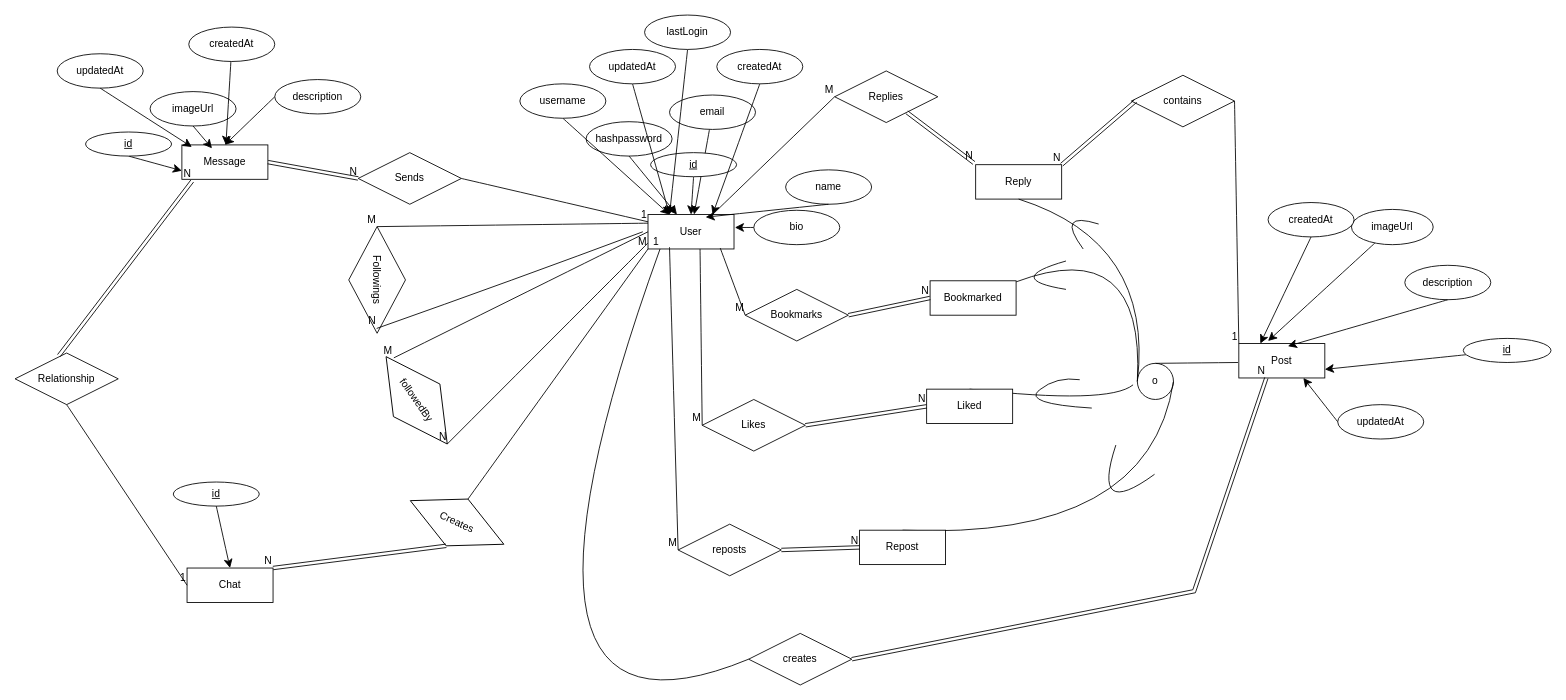
The draw.io diagram client/Untitled Diagram.drawio in codingcreedd/XCloneTOP, before the edit. Source tidied: cells renumbered, new cells numbered last; positions are measured from the earlier drawing's top-left corner, leaving out a move shared by most shapes. Both pictures are drawn from the tidied source at 86%, with x=0, y=0 at pixel (15, 15).
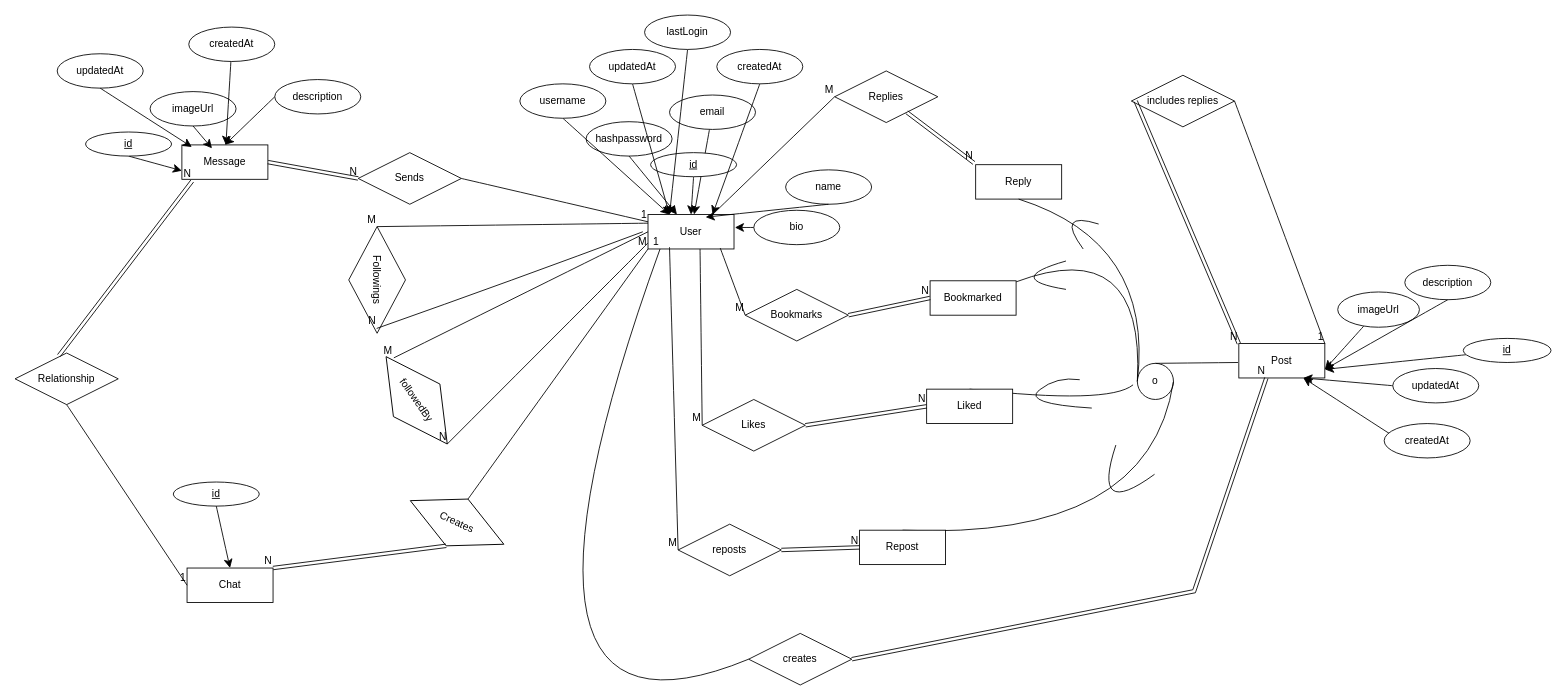
The same diagram, later.

The change refers to these unchanged cells:
```xml
<mxCell id="5" value="Post" style="whiteSpace=wrap;html=1;align=center;" parent="1" vertex="1">
  <mxGeometry x="1423" y="382" width="100" height="40" as="geometry" />
</mxCell>
<mxCell id="28" value="description" style="ellipse;whiteSpace=wrap;html=1;align=center;" parent="1" vertex="1">
  <mxGeometry x="1616" y="291" width="100" height="40" as="geometry" />
</mxCell>
<mxCell id="70" value="Reply" style="whiteSpace=wrap;html=1;align=center;" parent="1" vertex="1">
  <mxGeometry x="1117" y="174" width="100" height="40" as="geometry" />
</mxCell>
```

The edit, as a diff of the source:
```diff
@@
-    <mxCell id="29" style="edgeStyle=none;curved=1;rounded=0;jettySize=auto;html=1;entryX=0.34;entryY=-0.075;entryDx=0;entryDy=0;fontSize=12;startSize=8;endSize=8;entryPerimeter=0;" parent="1" edge="1" source="30" target="5">
+    <mxCell id="29" style="edgeStyle=none;curved=1;rounded=0;jettySize=auto;html=1;entryX=1;entryY=0.75;entryDx=0;entryDy=0;fontSize=12;startSize=8;endSize=8;" parent="1" edge="1" source="30" target="5">
       <mxGeometry relative="1" as="geometry" />
     </mxCell>
     <mxCell id="30" value="imageUrl" style="ellipse;whiteSpace=wrap;html=1;align=center;" parent="1" vertex="1">
-      <mxGeometry x="1554" y="226" width="95" height="41" as="geometry" />
+      <mxGeometry x="1538" y="322" width="95" height="41" as="geometry" />
     </mxCell>
-    <mxCell id="31" style="edgeStyle=none;curved=1;rounded=0;jettySize=auto;html=1;exitX=0.5;exitY=1;exitDx=0;exitDy=0;entryX=0.57;entryY=0.075;entryDx=0;entryDy=0;entryPerimeter=0;fontSize=12;startSize=8;endSize=8;" parent="1" edge="1" source="28" target="5">
+    <mxCell id="31" style="edgeStyle=none;curved=1;rounded=0;jettySize=auto;html=1;exitX=0.5;exitY=1;exitDx=0;exitDy=0;entryX=1;entryY=0.75;entryDx=0;entryDy=0;fontSize=12;startSize=8;endSize=8;" parent="1" edge="1" source="28" target="5">
       <mxGeometry relative="1" as="geometry" />
     </mxCell>
@@
-    <mxCell id="34" value="contains" style="shape=rhombus;perimeter=rhombusPerimeter;whiteSpace=wrap;html=1;align=center;" parent="1" vertex="1">
+    <mxCell id="34" value="includes replies" style="shape=rhombus;perimeter=rhombusPerimeter;whiteSpace=wrap;html=1;align=center;" parent="1" vertex="1">
       <mxGeometry x="1298" y="70" width="120" height="60" as="geometry" />
     </mxCell>
@@
-    <mxCell id="73" style="shape=link;html=1;rounded=0;fontSize=12;startSize=8;endSize=8;curved=1;entryX=1;entryY=0;entryDx=0;entryDy=0;exitX=0.5;exitY=1;exitDx=0;exitDy=0;" parent="1" edge="1" target="70">
+    <mxCell id="73" style="shape=link;html=1;rounded=0;fontSize=12;startSize=8;endSize=8;curved=1;entryX=0;entryY=0;entryDx=0;entryDy=0;exitX=0.5;exitY=1;exitDx=0;exitDy=0;" parent="1" edge="1" target="5">
       <mxGeometry relative="1" as="geometry">
         <mxPoint x="1303" y="100" as="sourcePoint" />
       </mxGeometry>
     </mxCell>
@@
-    <mxCell id="75" style="endArrow=none;html=1;rounded=0;fontSize=12;startSize=8;endSize=8;curved=1;exitX=1;exitY=0.5;exitDx=0;exitDy=0;entryX=0;entryY=0;entryDx=0;entryDy=0;" parent="1" edge="1" source="34" target="5">
+    <mxCell id="75" style="endArrow=none;html=1;rounded=0;fontSize=12;startSize=8;endSize=8;curved=1;exitX=1;exitY=0.5;exitDx=0;exitDy=0;entryX=1;entryY=0;entryDx=0;entryDy=0;" parent="1" edge="1" source="34" target="5">
       <mxGeometry relative="1" as="geometry" />
     </mxCell>
@@
     <mxCell id="112" value="updatedAt" style="ellipse;whiteSpace=wrap;html=1;align=center;" parent="1" vertex="1">
-      <mxGeometry x="1538" y="453" width="100" height="40" as="geometry" />
+      <mxGeometry x="1602" y="411" width="100" height="40" as="geometry" />
     </mxCell>
-    <mxCell id="113" style="edgeStyle=none;curved=1;rounded=0;jettySize=auto;html=1;exitX=0.5;exitY=1;exitDx=0;exitDy=0;entryX=0.25;entryY=0;entryDx=0;entryDy=0;fontSize=12;startSize=8;endSize=8;" parent="1" edge="1" source="114" target="5">
+    <mxCell id="113" style="edgeStyle=none;curved=1;rounded=0;jettySize=auto;html=1;exitX=0.5;exitY=1;exitDx=0;exitDy=0;entryX=0.75;entryY=1;entryDx=0;entryDy=0;fontSize=12;startSize=8;endSize=8;" parent="1" edge="1" source="114" target="5">
       <mxGeometry relative="1" as="geometry" />
     </mxCell>
     <mxCell id="114" value="createdAt" style="ellipse;whiteSpace=wrap;html=1;align=center;" parent="1" vertex="1">
-      <mxGeometry x="1457" y="218" width="100" height="40" as="geometry" />
+      <mxGeometry x="1592" y="475" width="100" height="40" as="geometry" />
     </mxCell>
```
